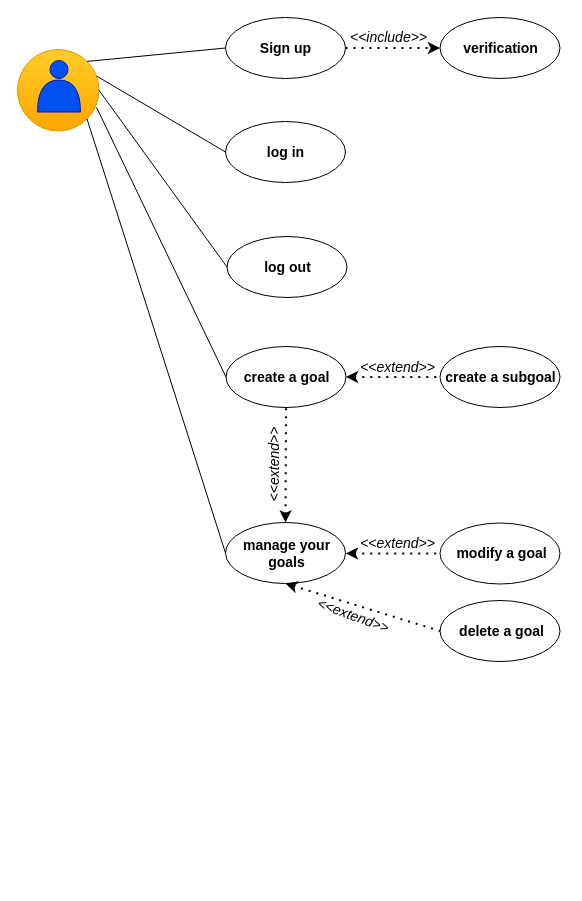
The draw.io diagram UML/use_case_diagram/d1.dio in jinDeHao/AGoal, before the edit. Source tidied: cells renumbered, new cells numbered last; positions are measured from the earlier drawing's top-left corner, leaving out a move shared by most shapes. Both pictures are drawn from the tidied source at 100%, with x=0, y=0 at pixel (17, 17).
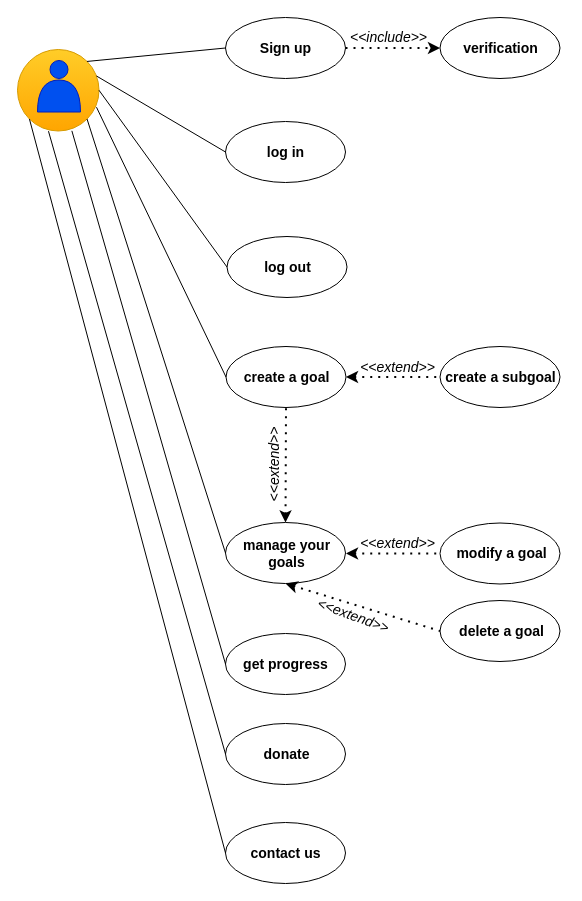
The same diagram, later.

Commit message:
update the use case diagram

Unchanged cells that the change refers to:
```xml
<mxCell id="3" style="ellipse;whiteSpace=wrap;html=1;strokeColor=#d79b00;fontSize=14;fillColor=#ffcd28;gradientColor=#ffa500;" parent="2" vertex="1">
  <mxGeometry x="-20" y="-11" width="81.5" height="81.5" as="geometry" />
</mxCell>
```

Change to the diagram source:
```diff
@@
+    <mxCell id="39" style="ellipse;whiteSpace=wrap;html=1;fillColor=none;strokeColor=#000000;" parent="1" vertex="1">
+      <mxGeometry x="208" y="616" width="120" height="61" as="geometry" />
+    </mxCell>
+    <mxCell id="40" value="&lt;font size=&quot;1&quot; color=&quot;#000000&quot;&gt;&lt;b style=&quot;font-size: 14px;&quot;&gt;get progress&lt;/b&gt;&lt;/font&gt;" style="text;html=1;align=center;verticalAlign=middle;strokeColor=none;fillColor=none;" parent="1" vertex="1">
+      <mxGeometry x="216.5" y="632" width="103" height="29" as="geometry" />
+    </mxCell>
+    <mxCell id="41" style="endArrow=none;html=1;strokeColor=#000000;fontSize=14;fontColor=#000000;entryX=0;entryY=0.5;entryDx=0;entryDy=0;exitX=0.667;exitY=0.998;exitDx=0;exitDy=0;exitPerimeter=0;" parent="1" edge="1" source="3" target="39">
+      <mxGeometry relative="1" as="geometry" />
+    </mxCell>
+    <mxCell id="42" style="ellipse;whiteSpace=wrap;html=1;fillColor=none;strokeColor=#000000;" parent="1" vertex="1">
+      <mxGeometry x="208" y="706" width="120" height="61" as="geometry" />
+    </mxCell>
+    <mxCell id="43" value="&lt;font size=&quot;1&quot; color=&quot;#000000&quot;&gt;&lt;b style=&quot;font-size: 14px;&quot;&gt;donate&lt;/b&gt;&lt;/font&gt;" style="text;html=1;align=center;verticalAlign=middle;strokeColor=none;fillColor=none;" parent="1" vertex="1">
+      <mxGeometry x="236.5" y="722" width="64" height="29" as="geometry" />
+    </mxCell>
+    <mxCell id="44" style="ellipse;whiteSpace=wrap;html=1;fillColor=none;strokeColor=#000000;" parent="1" vertex="1">
+      <mxGeometry x="208" y="805" width="120" height="61" as="geometry" />
+    </mxCell>
+    <mxCell id="45" value="&lt;font size=&quot;1&quot; color=&quot;#000000&quot;&gt;&lt;b style=&quot;font-size: 14px;&quot;&gt;contact us&lt;/b&gt;&lt;/font&gt;" style="text;html=1;align=center;verticalAlign=middle;strokeColor=none;fillColor=none;" parent="1" vertex="1">
+      <mxGeometry x="224" y="821" width="88" height="29" as="geometry" />
+    </mxCell>
+    <mxCell id="46" style="endArrow=none;html=1;strokeColor=#000000;fontSize=14;fontColor=#000000;entryX=0;entryY=0.5;entryDx=0;entryDy=0;exitX=0.38;exitY=1.002;exitDx=0;exitDy=0;exitPerimeter=0;" parent="1" edge="1" source="3" target="42">
+      <mxGeometry relative="1" as="geometry" />
+    </mxCell>
+    <mxCell id="47" style="endArrow=none;html=1;strokeColor=#000000;fontSize=14;fontColor=#000000;entryX=0;entryY=0.5;entryDx=0;entryDy=0;exitX=0;exitY=1;exitDx=0;exitDy=0;" parent="1" edge="1" source="3" target="44">
+      <mxGeometry relative="1" as="geometry" />
+    </mxCell>
```
